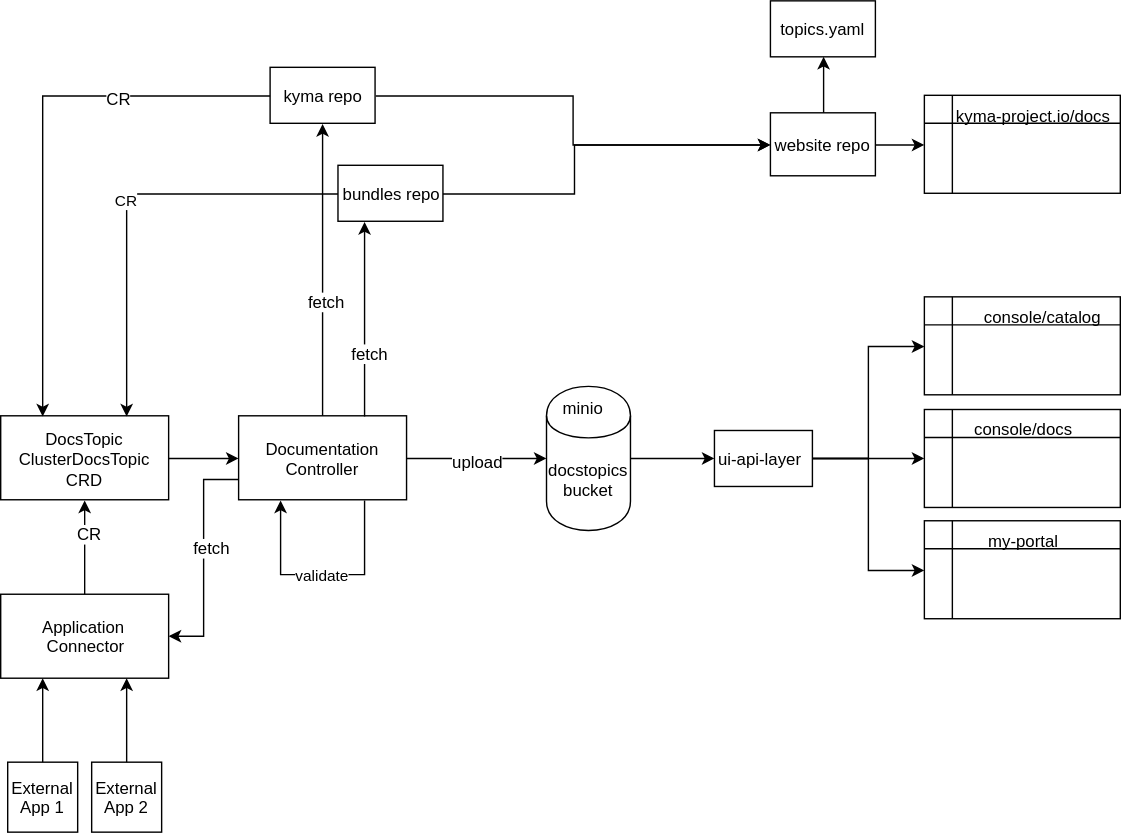
kyma-project/community keeps this draw.io diagram as sig-and-wg/sig-core/proposals/assets/main-arch.svg. Above is the earlier version. Source tidied: cells renumbered, new cells last; positions are measured from the earlier drawing's top-left corner, leaving out a move shared by most shapes.
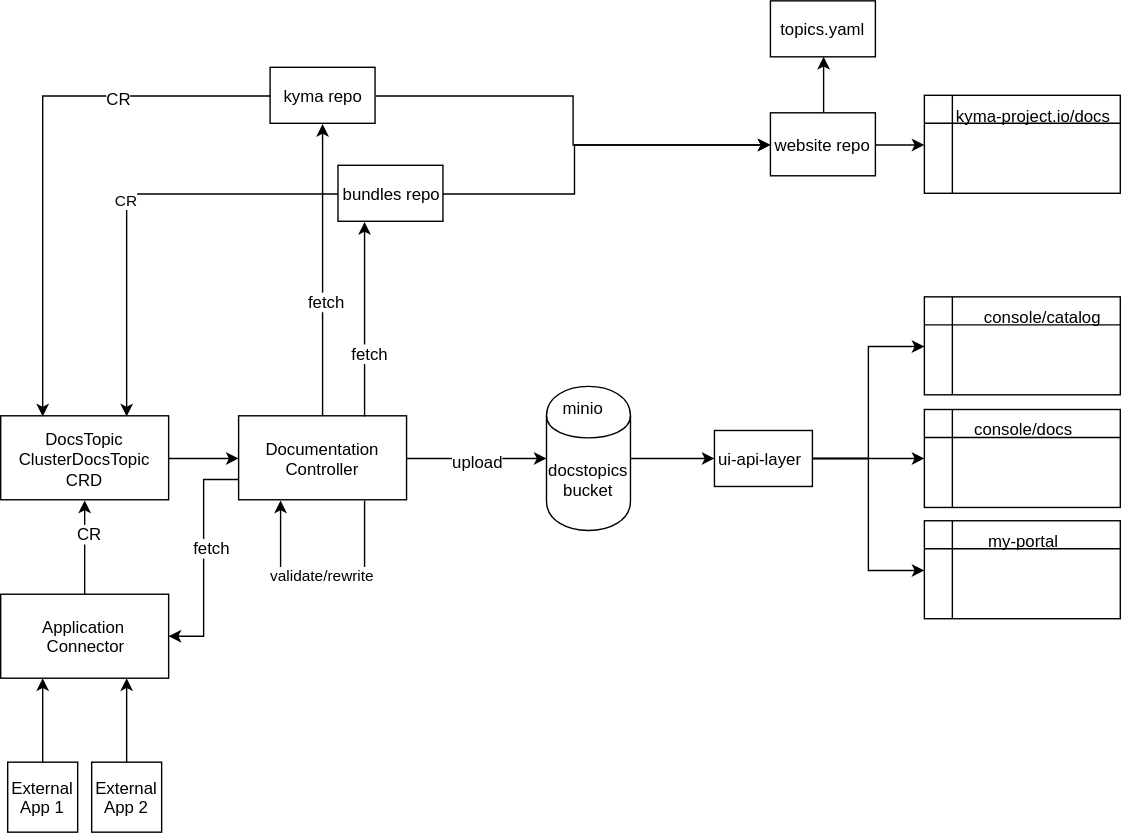
Later version of the same file.

Change to the diagram source:
```diff
@@ -40,7 +40,7 @@
         <mxPoint x="-22" as="offset" />
       </mxGeometry>
     </mxCell>
-    <mxCell id="14" value="validate" style="edgeStyle=orthogonalEdgeStyle;rounded=0;html=1;exitX=0.75;exitY=1;jettySize=auto;orthogonalLoop=1;entryX=0.25;entryY=1;" parent="1" edge="1" source="21" target="21">
+    <mxCell id="14" value="validate/rewrite" style="edgeStyle=orthogonalEdgeStyle;rounded=0;html=1;exitX=0.75;exitY=1;jettySize=auto;orthogonalLoop=1;entryX=0.25;entryY=1;" parent="1" edge="1" source="21" target="21">
       <mxGeometry relative="1" as="geometry">
         <Array as="points">
           <mxPoint x="260" y="410" />
```
